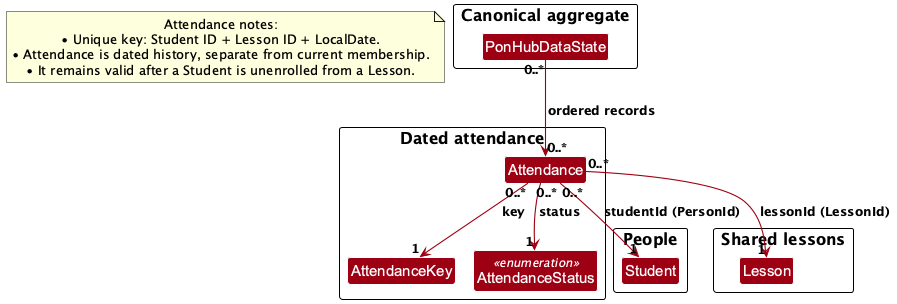
Above: docs/images/AttendanceClassDiagram.png in AY2627S1-CS2103T-F13-3/tp (PlantUML), before the change.
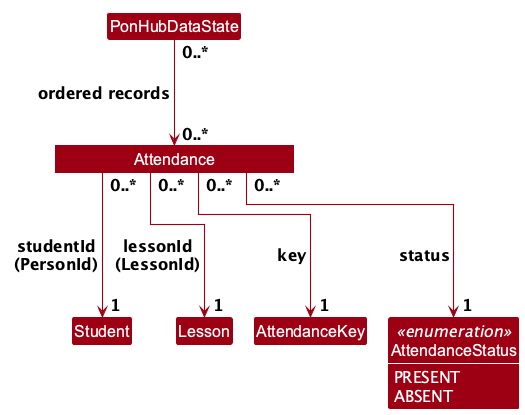
After the commit.

Commit message:
Improve domain diagram readability

Change to the diagram source:
```diff
@@ -1,43 +1,44 @@
 @startuml
 !include style.puml
-!pragma layout smetana
+!pragma layout elk
 
-skinparam linetype ortho
-skinparam nodesep 35
-skinparam ranksep 45
+<style>
+classDiagram {
+  .layoutHub {
+    MinimumWidth 240
+    RoundCorner 0
+  }
+}
+</style>
+
+skinparam defaultFontSize 16
+skinparam classFontSize 16
+skinparam classAttributeFontColor #FFFFFF
+skinparam ArrowFontSize 16
 skinparam arrowThickness 1.1
 skinparam arrowColor MODEL_COLOR
 skinparam classBackgroundColor MODEL_COLOR
 
-package "Canonical aggregate" {
-    class PonHubDataState
+class PonHubDataState
+
+class Student
+
+class Lesson
+
+class Attendance <<layoutHub>>
+hide <<layoutHub>> stereotype
+class AttendanceKey
+class AttendanceStatus <<enumeration>> {
+    PRESENT
+    ABSENT
 }
+show AttendanceStatus fields
+hide AttendanceStatus methods
 
-package "People" {
-    class Student
-}
-
-package "Shared lessons" {
-    class Lesson
-}
-
-package "Dated attendance" {
-    class Attendance
-    class AttendanceKey
-    class AttendanceStatus <<enumeration>>
-}
-
-PonHubDataState "0..*" --> "0..*" Attendance : ordered records
-Attendance "0..*" --> "1" AttendanceKey : key
-Attendance "0..*" --> "1" AttendanceStatus : status
-Attendance "0..*" --> "1" Student : studentId (PersonId)
-Attendance "0..*" --> "1" Lesson : lessonId (LessonId)
-
-note as AttendanceNotes
-  Attendance notes:
-  • Unique key: Student ID + Lesson ID + LocalDate.
-  • Attendance is dated history, separate from current membership.
-  • It remains valid after a Student is unenrolled from a Lesson.
-end note
+PonHubDataState "<U+00A0>0..*" --> "<U+00A0>0..*" Attendance : ordered records
+Attendance "<U+00A0>0..*" --> "<U+00A0>1" AttendanceKey : key
+Attendance "<U+00A0>0..*" --> "<U+00A0>1" AttendanceStatus : status
+Attendance "<U+00A0>0..*" --> "<U+00A0>1" Student : studentId\n(PersonId)
+Attendance "<U+00A0>0..*" --> "<U+00A0>1" Lesson : lessonId\n(LessonId)
 
 @enduml
```
